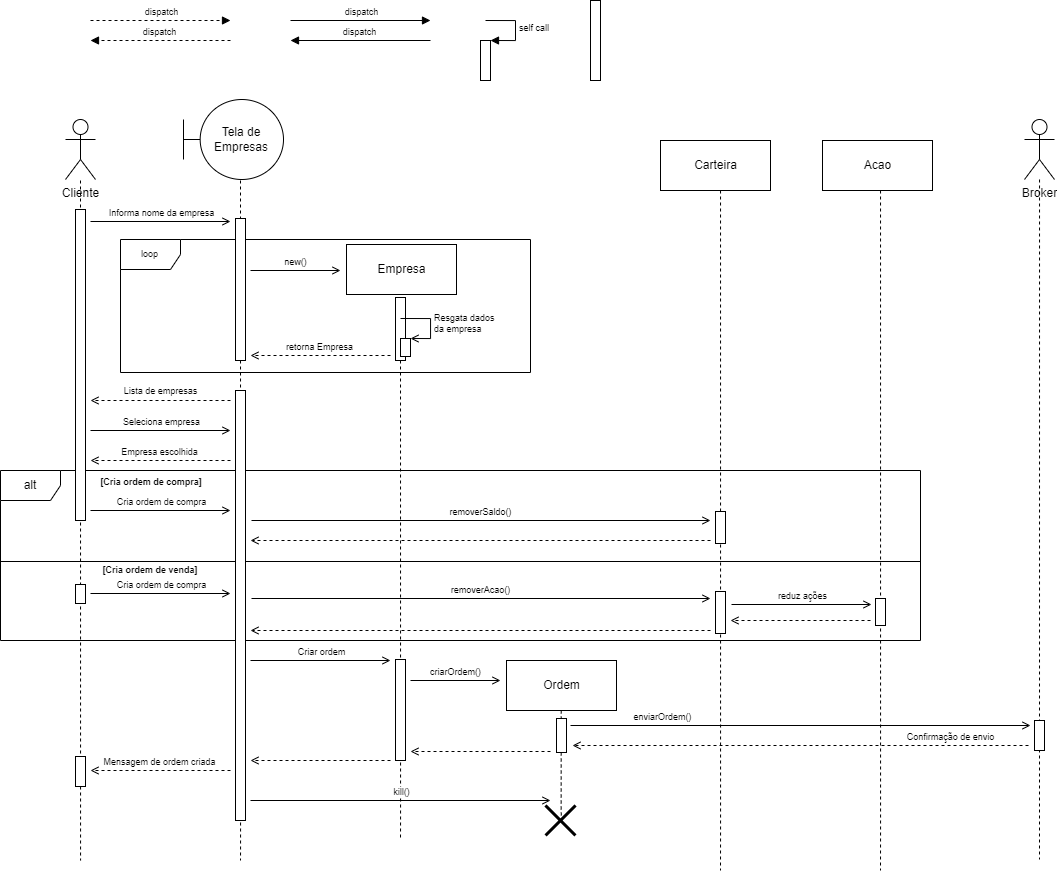
Earlier version of the draw.io export MarketDiagramasDeSequencia/MarketSequencia02.drawio.png (EijiDogen/FEI_MDSMarket). Source tidied: cells renumbered, new cells last; positions are measured from the earlier drawing's top-left corner, leaving out a move shared by most shapes.
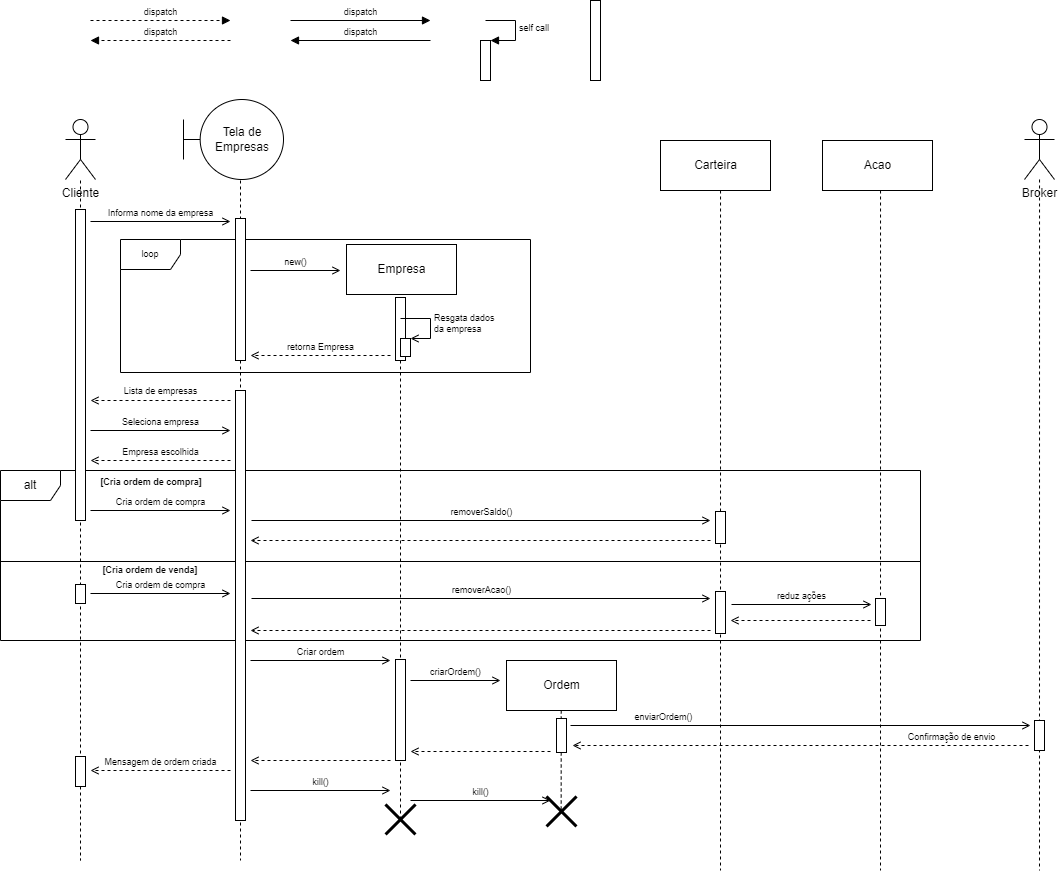
The same diagram one commit later.

Change to the diagram source:
```diff
@@ -52,19 +52,19 @@
         </Array>
       </mxGeometry>
     </mxCell>
-    <mxCell id="13" style="edgeStyle=orthogonalEdgeStyle;rounded=0;orthogonalLoop=1;jettySize=auto;html=1;dashed=1;endArrow=none;endFill=0;anchorPointDirection=1;" parent="10" edge="1">
+    <mxCell id="13" style="edgeStyle=orthogonalEdgeStyle;rounded=0;jettySize=auto;html=1;dashed=1;endArrow=none;endFill=0;anchorPointDirection=1;entryX=0.522;entryY=0.602;entryDx=0;entryDy=0;entryPerimeter=0;" parent="10" edge="1" target="71">
       <mxGeometry relative="1" as="geometry">
         <mxPoint x="400" y="300" as="sourcePoint" />
-        <mxPoint x="400" y="840" as="targetPoint" />
         <Array as="points">
           <mxPoint x="400" y="820" />
+          <mxPoint x="401" y="820" />
         </Array>
       </mxGeometry>
     </mxCell>
     <mxCell id="14" style="edgeStyle=orthogonalEdgeStyle;rounded=0;orthogonalLoop=1;jettySize=auto;html=1;dashed=1;endArrow=none;endFill=0;" parent="10" edge="1">
       <mxGeometry relative="1" as="geometry">
         <mxPoint x="1039" y="179" as="sourcePoint" />
-        <mxPoint x="1039" y="859" as="targetPoint" />
+        <mxPoint x="1039" y="870" as="targetPoint" />
         <Array as="points">
           <mxPoint x="1039" y="819" />
         </Array>
@@ -88,14 +88,9 @@
         <mxPoint x="340" y="270" as="targetPoint" />
       </mxGeometry>
     </mxCell>
-    <mxCell id="20" style="edgeStyle=orthogonalEdgeStyle;rounded=0;orthogonalLoop=1;jettySize=auto;html=1;dashed=1;endArrow=none;endFill=0;" parent="10" edge="1">
+    <mxCell id="20" style="edgeStyle=orthogonalEdgeStyle;rounded=0;jettySize=auto;html=1;dashed=1;endArrow=none;endFill=0;entryX=0.489;entryY=0.54;entryDx=0;entryDy=0;entryPerimeter=0;" parent="10" edge="1" target="59">
       <mxGeometry relative="1" as="geometry">
         <mxPoint x="560.7" y="710" as="sourcePoint" />
-        <mxPoint x="561" y="821" as="targetPoint" />
-        <Array as="points">
-          <mxPoint x="561" y="810" />
-          <mxPoint x="561" y="810" />
-        </Array>
       </mxGeometry>
     </mxCell>
     <mxCell id="21" value="Ordem" style="html=1;" parent="10" vertex="1">
@@ -267,12 +262,6 @@
         <mxPoint x="410" y="751" as="targetPoint" />
       </mxGeometry>
     </mxCell>
-    <mxCell id="57" value="kill()" style="html=1;verticalAlign=bottom;endArrow=open;rounded=0;fontSize=9;endFill=0;" parent="45" edge="1">
-      <mxGeometry relative="1" as="geometry">
-        <mxPoint x="250" y="800" as="sourcePoint" />
-        <mxPoint x="550" y="800" as="targetPoint" />
-      </mxGeometry>
-    </mxCell>
     <mxCell id="58" value="Mensagem de ordem criada" style="html=1;verticalAlign=bottom;endArrow=open;rounded=0;dashed=1;fontSize=9;endFill=0;" parent="45" edge="1">
       <mxGeometry relative="1" as="geometry">
         <mxPoint x="230" y="770" as="sourcePoint" />
@@ -280,7 +269,7 @@
       </mxGeometry>
     </mxCell>
     <mxCell id="59" style="shape=umlDestroy;whiteSpace=wrap;html=1;strokeWidth=3;fontSize=9;" parent="45" vertex="1">
-      <mxGeometry x="545" y="805" width="30" height="30" as="geometry" />
+      <mxGeometry x="546" y="796" width="30" height="30" as="geometry" />
     </mxCell>
     <mxCell id="60" style="html=1;perimeter=orthogonalPerimeter;fontSize=9;" parent="45" vertex="1">
       <mxGeometry x="395" y="297" width="10" height="63" as="geometry" />
@@ -331,5 +320,20 @@
         <mxPoint x="230" y="593" as="targetPoint" />
       </mxGeometry>
     </mxCell>
+    <mxCell id="69" value="kill()" style="html=1;verticalAlign=bottom;endArrow=open;rounded=0;fontSize=9;endFill=0;" parent="45" edge="1">
+      <mxGeometry relative="1" as="geometry">
+        <mxPoint x="250" y="790" as="sourcePoint" />
+        <mxPoint x="390" y="790" as="targetPoint" />
+      </mxGeometry>
+    </mxCell>
+    <mxCell id="70" value="kill()" style="html=1;verticalAlign=bottom;endArrow=open;rounded=0;fontSize=9;endFill=0;" parent="45" edge="1">
+      <mxGeometry relative="1" as="geometry">
+        <mxPoint x="410" y="800" as="sourcePoint" />
+        <mxPoint x="550" y="800" as="targetPoint" />
+      </mxGeometry>
+    </mxCell>
+    <mxCell id="71" style="shape=umlDestroy;whiteSpace=wrap;html=1;strokeWidth=3;fontSize=9;" parent="45" vertex="1">
+      <mxGeometry x="385" y="804" width="30" height="30" as="geometry" />
+    </mxCell>
   </root>
 </mxGraphModel>
```
